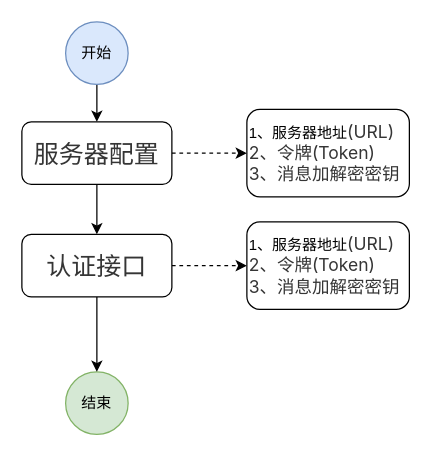
The draw.io diagram 公众号配置与认证.drawio in pbm0802/GitIDEATest, before the edit. Source tidied: cells renumbered, new cells numbered last; positions are measured from the earlier drawing's top-left corner, leaving out a move shared by most shapes. Both pictures are drawn from the tidied source at 125%, with x=0, y=0 at pixel (21, 21).
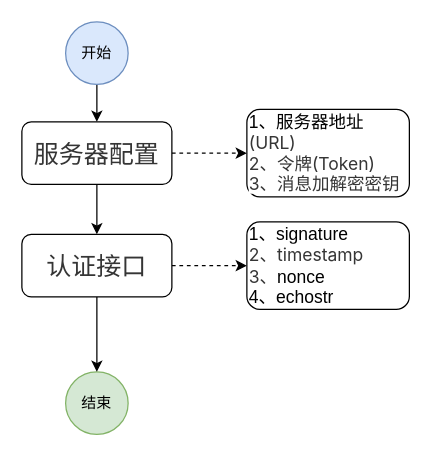
Above is the later version.

Commit message (it also covers changes not shown here):
更新公众号配置与认证.drawio

Diff of the diagram source:
```diff
@@
 <mxGraphModel>
   <root>
     <mxCell id="0" />
     <mxCell id="1" parent="0" />
     <mxCell id="2" style="edgeStyle=orthogonalEdgeStyle;rounded=0;jettySize=auto;html=1;exitX=1;exitY=0.5;exitDx=0;exitDy=0;entryX=0;entryY=0.5;entryDx=0;entryDy=0;dashed=1;" parent="1" edge="1" source="4" target="8">
       <mxGeometry relative="1" as="geometry" />
     </mxCell>
     <mxCell id="3" style="edgeStyle=orthogonalEdgeStyle;rounded=0;jettySize=auto;html=1;exitX=0.5;exitY=1;exitDx=0;exitDy=0;entryX=0.5;entryY=0;entryDx=0;entryDy=0;" parent="1" edge="1" source="4" target="11">
       <mxGeometry relative="1" as="geometry" />
     </mxCell>
     <mxCell id="4" value="&lt;h3 style=&quot;margin: 0px; padding: 0px; font-size: 20px; font-weight: 400; line-height: 1; color: rgb(53, 53, 53); font-family: mp-quote, -apple-system-font, BlinkMacSystemFont, &amp;quot;Helvetica Neue&amp;quot;, &amp;quot;PingFang SC&amp;quot;, &amp;quot;Hiragino Sans GB&amp;quot;, &amp;quot;Microsoft YaHei UI&amp;quot;, &amp;quot;Microsoft YaHei&amp;quot;, Arial, sans-serif; text-align: start; background-color: rgb(255, 255, 255);&quot; class=&quot;weui-desktop-panel__title&quot;&gt;服务器配置&lt;/h3&gt;" style="rounded=1;whiteSpace=wrap;html=1;fontSize=12;glass=0;strokeWidth=1;shadow=0;" parent="1" vertex="1">
       <mxGeometry y="80" width="120" height="50" as="geometry" />
     </mxCell>
     <mxCell id="5" style="edgeStyle=orthogonalEdgeStyle;rounded=0;jettySize=auto;html=1;exitX=0.5;exitY=1;exitDx=0;exitDy=0;entryX=0.5;entryY=0;entryDx=0;entryDy=0;" parent="1" edge="1" source="6" target="4">
       <mxGeometry relative="1" as="geometry" />
     </mxCell>
     <mxCell id="6" value="开始" style="ellipse;whiteSpace=wrap;html=1;fillColor=#dae8fc;strokeColor=#6c8ebf;" parent="1" vertex="1">
       <mxGeometry x="35" width="50" height="50" as="geometry" />
     </mxCell>
     <mxCell id="7" value="结束" style="ellipse;whiteSpace=wrap;html=1;fillColor=#d5e8d4;strokeColor=#82b366;" parent="1" vertex="1">
       <mxGeometry x="35" y="280" width="50" height="50" as="geometry" />
     </mxCell>
-    <mxCell id="8" value="1、服务器地址&lt;span style=&quot;margin: 0px; padding: 0px; color: rgb(53, 53, 53); font-family: mp-quote, -apple-system-font, BlinkMacSystemFont, &amp;quot;Helvetica Neue&amp;quot;, &amp;quot;PingFang SC&amp;quot;, &amp;quot;Hiragino Sans GB&amp;quot;, &amp;quot;Microsoft YaHei UI&amp;quot;, &amp;quot;Microsoft YaHei&amp;quot;, Arial, sans-serif; font-size: 14px; background-color: rgb(255, 255, 255);&quot; class=&quot;tips&quot;&gt;(URL)&lt;br&gt;2、令牌(Token)&lt;br&gt;3、消息加解密密钥&lt;br&gt;&lt;/span&gt;" style="rounded=1;whiteSpace=wrap;html=1;align=left;" parent="1" vertex="1">
+    <mxCell id="8" value="&lt;font style=&quot;font-size: 14px;&quot;&gt;1、服务器地址&lt;/font&gt;&lt;span style=&quot;margin: 0px; padding: 0px; color: rgb(53, 53, 53); font-family: mp-quote, -apple-system-font, BlinkMacSystemFont, &amp;quot;Helvetica Neue&amp;quot;, &amp;quot;PingFang SC&amp;quot;, &amp;quot;Hiragino Sans GB&amp;quot;, &amp;quot;Microsoft YaHei UI&amp;quot;, &amp;quot;Microsoft YaHei&amp;quot;, Arial, sans-serif; background-color: rgb(255, 255, 255); font-size: 14px;&quot; class=&quot;tips&quot;&gt;&lt;font style=&quot;font-size: 14px;&quot;&gt;(URL)&lt;br&gt;2、令牌(Token)&lt;br&gt;3、消息加解密密钥&lt;/font&gt;&lt;br&gt;&lt;/span&gt;" style="rounded=1;whiteSpace=wrap;html=1;align=left;" parent="1" vertex="1">
       <mxGeometry x="180" y="70" width="130" height="70" as="geometry" />
     </mxCell>
     <mxCell id="9" style="edgeStyle=orthogonalEdgeStyle;rounded=0;jettySize=auto;html=1;exitX=0.5;exitY=1;exitDx=0;exitDy=0;" parent="1" edge="1" source="11" target="7">
       <mxGeometry relative="1" as="geometry" />
     </mxCell>
     <mxCell id="10" style="edgeStyle=orthogonalEdgeStyle;rounded=0;jettySize=auto;html=1;dashed=1;" parent="1" edge="1" source="11">
       <mxGeometry relative="1" as="geometry">
         <mxPoint x="180" y="195" as="targetPoint" />
       </mxGeometry>
     </mxCell>
     <mxCell id="11" value="&lt;h3 style=&quot;margin: 0px; padding: 0px; font-size: 20px; font-weight: 400; line-height: 1; color: rgb(53, 53, 53); font-family: mp-quote, -apple-system-font, BlinkMacSystemFont, &amp;quot;Helvetica Neue&amp;quot;, &amp;quot;PingFang SC&amp;quot;, &amp;quot;Hiragino Sans GB&amp;quot;, &amp;quot;Microsoft YaHei UI&amp;quot;, &amp;quot;Microsoft YaHei&amp;quot;, Arial, sans-serif; text-align: start; background-color: rgb(255, 255, 255);&quot; class=&quot;weui-desktop-panel__title&quot;&gt;认证接口&lt;/h3&gt;" style="rounded=1;whiteSpace=wrap;html=1;fontSize=12;glass=0;strokeWidth=1;shadow=0;" parent="1" vertex="1">
       <mxGeometry y="170" width="120" height="50" as="geometry" />
     </mxCell>
-    <mxCell id="12" value="1、服务器地址&lt;span style=&quot;margin: 0px; padding: 0px; color: rgb(53, 53, 53); font-family: mp-quote, -apple-system-font, BlinkMacSystemFont, &amp;quot;Helvetica Neue&amp;quot;, &amp;quot;PingFang SC&amp;quot;, &amp;quot;Hiragino Sans GB&amp;quot;, &amp;quot;Microsoft YaHei UI&amp;quot;, &amp;quot;Microsoft YaHei&amp;quot;, Arial, sans-serif; font-size: 14px; background-color: rgb(255, 255, 255);&quot; class=&quot;tips&quot;&gt;(URL)&lt;br&gt;2、令牌(Token)&lt;br&gt;3、消息加解密密钥&lt;br&gt;&lt;/span&gt;" style="rounded=1;whiteSpace=wrap;html=1;align=left;" parent="1" vertex="1">
+    <mxCell id="12" value="&lt;font style=&quot;font-size: 14px;&quot;&gt;1、signature&lt;br&gt;&lt;span style=&quot;margin: 0px; padding: 0px; color: rgb(53, 53, 53); font-family: mp-quote, -apple-system-font, BlinkMacSystemFont, &amp;quot;Helvetica Neue&amp;quot;, &amp;quot;PingFang SC&amp;quot;, &amp;quot;Hiragino Sans GB&amp;quot;, &amp;quot;Microsoft YaHei UI&amp;quot;, &amp;quot;Microsoft YaHei&amp;quot;, Arial, sans-serif; background-color: rgb(255, 255, 255);&quot; class=&quot;tips&quot;&gt;2、timestamp&lt;br&gt;3、&lt;/span&gt;nonce&lt;br&gt;4、echostr&lt;/font&gt;" style="rounded=1;whiteSpace=wrap;html=1;align=left;" parent="1" vertex="1">
       <mxGeometry x="180" y="160" width="130" height="70" as="geometry" />
     </mxCell>
   </root>
 </mxGraphModel>
```
